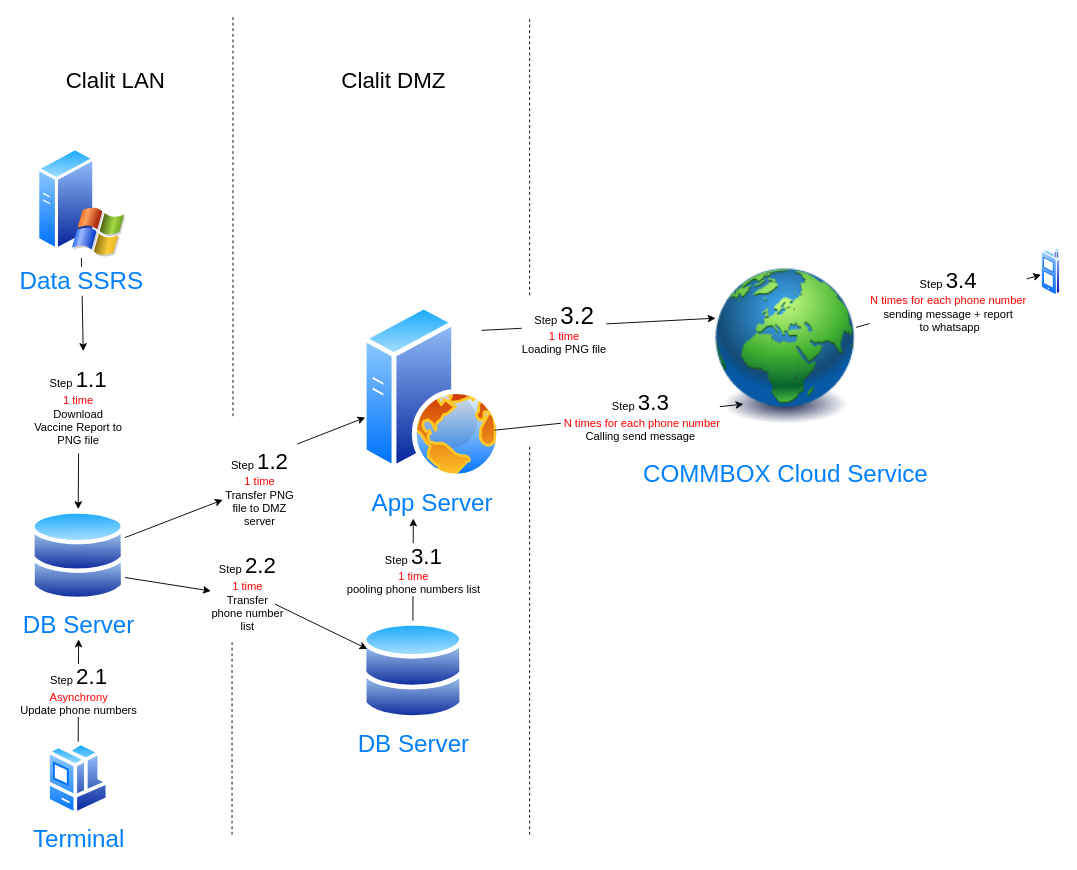
Before: send_report_via_whatsapp.drawio in itaybaran/drawing, a draw.io diagram. Source tidied: cells renumbered, new cells numbered last; positions are measured from the earlier drawing's top-left corner, leaving out a move shared by most shapes. Both pictures are drawn from the tidied source at 93%, with x=0, y=0 at pixel (31, 16).
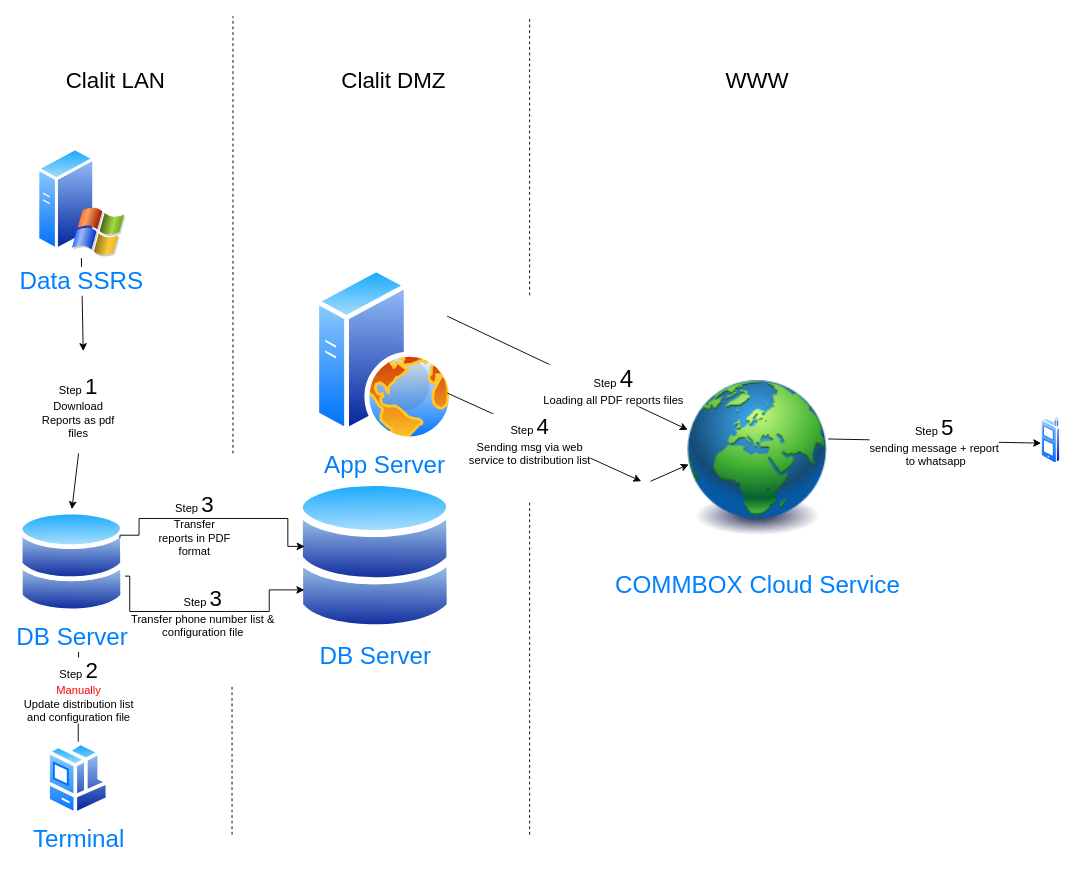
Above is the later version.

The change refers to these unchanged cells:
```xml
<mxCell id="19" value="&lt;font style=&quot;font-size: 26px&quot;&gt;Terminal&lt;/font&gt;" style="perimeter=ellipsePerimeter;html=1;align=center;shadow=0;dashed=0;spacingTop=3;image;image=img/lib/active_directory/workstation_client.svg;strokeWidth=1;fontSize=12;fontColor=#007FFF;" parent="1" vertex="1">
  <mxGeometry x="16.6" y="780" width="68" height="80" as="geometry" />
</mxCell>
```

What changed in the source:
```diff
@@
     <mxCell id="2" style="endArrow=none;dashed=1;html=1;" parent="1" edge="1">
       <mxGeometry relative="1" as="geometry">
         <mxPoint x="216" y="880" as="sourcePoint" />
-        <mxPoint x="216" y="670" as="targetPoint" />
+        <mxPoint x="216" y="720" as="targetPoint" />
       </mxGeometry>
     </mxCell>
@@
     <mxCell id="4" style="endArrow=none;dashed=1;html=1;" parent="1" edge="1">
       <mxGeometry relative="1" as="geometry">
-        <mxPoint x="217" y="430" as="sourcePoint" />
+        <mxPoint x="217" y="470" as="sourcePoint" />
         <mxPoint x="217" as="targetPoint" />
       </mxGeometry>
     </mxCell>
@@
-    <mxCell id="7" value="Step &lt;font style=&quot;font-size: 24px&quot;&gt;1.1&lt;/font&gt;&lt;br&gt;&lt;font color=&quot;#ff0000&quot;&gt;1 time&lt;/font&gt;&lt;br&gt;Download Vaccine Report to PNG file" style="text;html=1;strokeColor=none;fillColor=none;align=center;verticalAlign=middle;whiteSpace=wrap;rounded=0;" parent="1" vertex="1">
+    <mxCell id="7" value="Step &lt;font style=&quot;font-size: 24px&quot;&gt;1&lt;/font&gt;&lt;br&gt;Download Reports as pdf files" style="text;html=1;strokeColor=none;fillColor=none;align=center;verticalAlign=middle;whiteSpace=wrap;rounded=0;" parent="1" vertex="1">
       <mxGeometry x="0.6" y="410" width="100" height="20" as="geometry" />
     </mxCell>
     <mxCell id="8" value="App Server" style="perimeter=ellipsePerimeter;html=1;align=center;shadow=0;dashed=0;spacingTop=3;image;image=img/lib/active_directory/web_server.svg;strokeWidth=1;fontSize=26;fontColor=#007FFF;" parent="1" vertex="1">
-      <mxGeometry x="356" y="310" width="150" height="187.5" as="geometry" />
+      <mxGeometry x="305" y="270" width="150" height="187.5" as="geometry" />
     </mxCell>
-    <mxCell id="9" style="endArrow=classic;html=1;fontSize=26;" parent="1" edge="1" target="8">
-      <mxGeometry relative="1" as="geometry">
-        <mxPoint x="286" y="460" as="sourcePoint" />
-      </mxGeometry>
-    </mxCell>
@@
-    <mxCell id="11" style="endArrow=classic;html=1;fontSize=12;entryX=0;entryY=0.368;entryDx=0;entryDy=0;entryPerimeter=0;exitX=1;exitY=0;exitDx=0;exitDy=0;" parent="1" edge="1" source="8" target="15">
+    <mxCell id="11" style="endArrow=classic;html=1;fontSize=12;entryX=0;entryY=0.368;entryDx=0;entryDy=0;entryPerimeter=0;exitX=1;exitY=0.25;exitDx=0;exitDy=0;" parent="1" edge="1" source="8" target="15">
       <mxGeometry relative="1" as="geometry" />
     </mxCell>
-    <mxCell id="12" value="Step &lt;span style=&quot;font-size: 26px&quot;&gt;3.2&lt;/span&gt;&lt;br&gt;&lt;font color=&quot;#ff0000&quot;&gt;1 time&lt;/font&gt;&lt;br&gt;Loading PNG file" style="edgeLabel;html=1;align=center;verticalAlign=middle;fontSize=12;" parent="11" vertex="1">
-      <mxGeometry x="-0.3" y="-2" relative="1" as="geometry" />
+    <mxCell id="12" value="Step &lt;span style=&quot;font-size: 26px&quot;&gt;4&lt;/span&gt;&lt;br&gt;Loading all PDF reports files" style="edgeLabel;html=1;align=center;verticalAlign=middle;fontSize=12;" parent="11" vertex="1">
+      <mxGeometry x="-0.3" y="-2" relative="1" as="geometry">
+        <mxPoint x="88.6" y="29.3" as="offset" />
+      </mxGeometry>
     </mxCell>
-    <mxCell id="13" style="endArrow=classic;html=1;fontSize=12;entryX=0.2;entryY=0.77;entryDx=0;entryDy=0;entryPerimeter=0;exitX=1;exitY=0.75;exitDx=0;exitDy=0;" parent="1" edge="1" source="8" target="15">
-      <mxGeometry relative="1" as="geometry" />
+    <mxCell id="13" style="endArrow=classic;html=1;fontSize=12;exitX=1;exitY=0.75;exitDx=0;exitDy=0;" parent="1" edge="1" source="8">
+      <mxGeometry relative="1" as="geometry">
+        <mxPoint x="656" y="500" as="targetPoint" />
+      </mxGeometry>
     </mxCell>
-    <mxCell id="14" value="Step &lt;span style=&quot;font-size: 24px&quot;&gt;3.3&lt;/span&gt;&lt;br&gt;&lt;font color=&quot;#ff0000&quot;&gt;&amp;nbsp;N times for each phone number&lt;/font&gt;&lt;br&gt;Calling send message " style="edgeLabel;html=1;align=center;verticalAlign=middle;fontSize=12;" parent="13" vertex="1">
-      <mxGeometry x="0.17" y="-1" relative="1" as="geometry" />
+    <mxCell id="14" value="Step &lt;span style=&quot;font-size: 24px&quot;&gt;4&lt;/span&gt;&lt;br&gt;Sending msg via web &lt;br&gt;service to distribution list" style="edgeLabel;html=1;align=center;verticalAlign=middle;fontSize=12;" parent="13" vertex="1">
+      <mxGeometry x="0.17" y="-1" relative="1" as="geometry">
+        <mxPoint x="-32.9" y="-5.5" as="offset" />
+      </mxGeometry>
     </mxCell>
     <mxCell id="15" value="&lt;font style=&quot;font-size: 26px&quot;&gt;COMMBOX Cloud Service&lt;/font&gt;" style="image;html=1;image=img/lib/clip_art/general/Earth_globe_128x128.png;strokeWidth=2;fontSize=12;fontColor=#007FFF;" parent="1" vertex="1">
-      <mxGeometry x="736" y="240" width="150" height="230" as="geometry" />
+      <mxGeometry x="706" y="360" width="150" height="230" as="geometry" />
     </mxCell>
-    <mxCell id="16" value="Step &lt;span style=&quot;font-size: 24px&quot;&gt;3.4&lt;/span&gt;&lt;font&gt;&lt;br&gt;&lt;span style=&quot;color: rgb(255 , 0 , 0)&quot;&gt;N times for each phone number&lt;/span&gt;&lt;br&gt;sending message + report&lt;br&gt;&amp;nbsp;to whatsapp&lt;br&gt;&lt;/font&gt;" style="endArrow=classic;html=1;fontSize=12;exitX=1.007;exitY=0.411;exitDx=0;exitDy=0;exitPerimeter=0;entryX=0;entryY=0.56;entryDx=0;entryDy=0;entryPerimeter=0;" parent="1" edge="1" source="15" target="17">
+    <mxCell id="16" value="Step &lt;span style=&quot;font-size: 24px&quot;&gt;5&lt;/span&gt;&lt;font&gt;&lt;br&gt;sending message + report&lt;br&gt;&amp;nbsp;to whatsapp&lt;br&gt;&lt;/font&gt;" style="endArrow=classic;html=1;fontSize=12;exitX=1.007;exitY=0.411;exitDx=0;exitDy=0;exitPerimeter=0;entryX=0;entryY=0.56;entryDx=0;entryDy=0;entryPerimeter=0;" parent="1" edge="1" source="15" target="17">
       <mxGeometry relative="1" as="geometry" />
     </mxCell>
     <mxCell id="17" style="perimeter=ellipsePerimeter;html=1;align=center;shadow=0;dashed=0;spacingTop=3;image;image=img/lib/active_directory/cell_phone.svg;strokeWidth=2;fontSize=12;" parent="1" vertex="1">
-      <mxGeometry x="1086" y="250" width="21" height="50" as="geometry" />
+      <mxGeometry x="1086" y="431" width="21" height="50" as="geometry" />
     </mxCell>
-    <mxCell id="18" value="Step &lt;font style=&quot;font-size: 24px&quot;&gt;1.2&lt;/font&gt;&lt;br&gt;&lt;font color=&quot;#ff0000&quot;&gt;1 time&lt;br&gt;&lt;/font&gt;Transfer PNG file to DMZ server" style="text;html=1;strokeColor=none;fillColor=none;align=center;verticalAlign=middle;whiteSpace=wrap;rounded=0;fontSize=12;" parent="1" vertex="1">
-      <mxGeometry x="206" y="497.5" width="80" height="20" as="geometry" />
+    <mxCell id="18" value="Step &lt;span style=&quot;font-size: 24px&quot;&gt;3&lt;/span&gt;&lt;br&gt;Transfer reports in PDF format" style="text;html=1;strokeColor=none;fillColor=none;align=center;verticalAlign=middle;whiteSpace=wrap;rounded=0;fontSize=12;" parent="1" vertex="1">
+      <mxGeometry x="136" y="537" width="80" height="20" as="geometry" />
     </mxCell>
@@
-    <mxCell id="20" value="Step &lt;font style=&quot;font-size: 24px&quot;&gt;2.1&lt;/font&gt;&lt;br&gt;&lt;font color=&quot;#ff0000&quot;&gt;Asynchrony&lt;/font&gt;&lt;br&gt;Update phone numbers" style="endArrow=classic;html=1;fontSize=12;exitX=0.5;exitY=0;exitDx=0;exitDy=0;" parent="1" edge="1" source="19">
+    <mxCell id="20" value="Step &lt;font style=&quot;font-size: 24px&quot;&gt;2&lt;/font&gt;&lt;br&gt;&lt;font color=&quot;#ff0000&quot;&gt;Manually&lt;/font&gt;&lt;br&gt;Update distribution list &lt;br&gt;and configuration file" style="endArrow=classic;html=1;fontSize=12;exitX=0.5;exitY=0;exitDx=0;exitDy=0;" parent="1" edge="1" source="19">
       <mxGeometry relative="1" as="geometry">
         <mxPoint x="51" y="670" as="targetPoint" />
       </mxGeometry>
     </mxCell>
@@
     <mxCell id="23" value="DB Server" style="perimeter=ellipsePerimeter;html=1;align=center;shadow=0;dashed=0;spacingTop=3;image;image=img/lib/active_directory/databases.svg;strokeWidth=2;fontSize=26;fontColor=#007FFF;" parent="1" vertex="1">
-      <mxGeometry x="356" y="650" width="110" height="107.8" as="geometry" />
+      <mxGeometry x="285" y="496.7" width="170" height="166.6" as="geometry" />
     </mxCell>
     <mxCell id="24" style="endArrow=none;dashed=1;html=1;" parent="1" edge="1">
       <mxGeometry relative="1" as="geometry">
         <mxPoint x="536" y="880" as="sourcePoint" />
-        <mxPoint x="536" y="460" as="targetPoint" />
+        <mxPoint x="536" y="520" as="targetPoint" />
       </mxGeometry>
     </mxCell>
-    <mxCell id="25" style="endArrow=classic;html=1;fontSize=26;fontColor=#007FFF;" parent="1" edge="1" source="29">
-      <mxGeometry relative="1" as="geometry">
-        <mxPoint x="206" y="520" as="targetPoint" />
-      </mxGeometry>
-    </mxCell>
-    <mxCell id="26" style="endArrow=classic;html=1;fontSize=26;" parent="1" edge="1" target="23">
-      <mxGeometry relative="1" as="geometry">
-        <mxPoint x="262" y="632" as="sourcePoint" />
-      </mxGeometry>
-    </mxCell>
-    <mxCell id="27" value="Step &lt;font style=&quot;font-size: 24px&quot;&gt;2.2&lt;/font&gt;&lt;br&gt;&lt;font color=&quot;#ff0000&quot;&gt;1 time&lt;br&gt;&lt;/font&gt;Transfer phone number list" style="text;html=1;strokeColor=none;fillColor=none;align=center;verticalAlign=middle;whiteSpace=wrap;rounded=0;fontSize=12;" parent="1" vertex="1">
-      <mxGeometry x="193.3" y="610" width="80" height="20" as="geometry" />
+    <mxCell id="27" value="Step &lt;span style=&quot;font-size: 24px&quot;&gt;3&lt;/span&gt;&lt;br&gt;Transfer phone number list &amp;amp; configuration file" style="text;html=1;strokeColor=none;fillColor=none;align=center;verticalAlign=middle;whiteSpace=wrap;rounded=0;fontSize=12;" parent="1" vertex="1">
+      <mxGeometry x="105" y="631.3" width="160" height="20" as="geometry" />
     </mxCell>
-    <mxCell id="28" style="endArrow=classic;html=1;fontSize=26;fontColor=#007FFF;exitX=1;exitY=0.75;exitDx=0;exitDy=0;" parent="1" edge="1" source="29">
-      <mxGeometry relative="1" as="geometry">
-        <mxPoint x="193.3" y="618" as="targetPoint" />
-      </mxGeometry>
-    </mxCell>
+    <mxCell id="31" style="edgeStyle=orthogonalEdgeStyle;rounded=0;jettySize=auto;html=1;exitX=1;exitY=0.75;exitDx=0;exitDy=0;entryX=0;entryY=0.75;entryDx=0;entryDy=0;" parent="1" edge="1" source="29" target="23">
+      <mxGeometry relative="1" as="geometry">
+        <Array as="points">
+          <mxPoint x="106" y="602" />
+          <mxPoint x="106" y="640" />
+          <mxPoint x="256" y="640" />
+          <mxPoint x="256" y="617" />
+        </Array>
+      </mxGeometry>
+    </mxCell>
     <mxCell id="29" value="DB Server" style="perimeter=ellipsePerimeter;html=1;align=center;shadow=0;dashed=0;spacingTop=3;image;image=img/lib/active_directory/databases.svg;strokeWidth=2;fontSize=26;fontColor=#007FFF;" parent="1" vertex="1">
-      <mxGeometry x="-0.4" y="530" width="102" height="100" as="geometry" />
+      <mxGeometry x="-14" y="530" width="115.6" height="113.3" as="geometry" />
     </mxCell>
-    <mxCell id="30" value="Step &lt;span style=&quot;font-size: 24px&quot;&gt;3.1&lt;/span&gt;&lt;br&gt;&lt;font color=&quot;#ff0000&quot;&gt;1 time&lt;/font&gt;&lt;br&gt;pooling phone numbers list" style="endArrow=classic;html=1;fontSize=12;exitX=0.5;exitY=0;exitDx=0;exitDy=0;" parent="1" edge="1">
-      <mxGeometry relative="1" as="geometry">
-        <mxPoint x="410.5" y="650" as="sourcePoint" />
-        <mxPoint x="410.9" y="540" as="targetPoint" />
-      </mxGeometry>
-    </mxCell>
+    <mxCell id="32" style="edgeStyle=orthogonalEdgeStyle;rounded=0;jettySize=auto;html=1;exitX=1;exitY=0.25;exitDx=0;exitDy=0;" parent="1" edge="1" source="29">
+      <mxGeometry relative="1" as="geometry">
+        <mxPoint x="294" y="570" as="targetPoint" />
+        <Array as="points">
+          <mxPoint x="116" y="558" />
+          <mxPoint x="116" y="540" />
+          <mxPoint x="276" y="540" />
+          <mxPoint x="276" y="570" />
+        </Array>
+      </mxGeometry>
+    </mxCell>
+    <mxCell id="33" style="endArrow=classic;html=1;entryX=0.007;entryY=0.53;entryDx=0;entryDy=0;entryPerimeter=0;" parent="1" edge="1" target="15">
+      <mxGeometry relative="1" as="geometry">
+        <mxPoint x="666" y="500" as="sourcePoint" />
+      </mxGeometry>
+    </mxCell>
+    <mxCell id="34" value="&lt;font style=&quot;font-size: 24px&quot;&gt;WWW&lt;/font&gt;" style="text;html=1;strokeColor=none;fillColor=none;align=center;verticalAlign=middle;whiteSpace=wrap;rounded=0;" parent="1" vertex="1">
+      <mxGeometry x="716" y="60" width="130" height="20" as="geometry" />
+    </mxCell>
```
